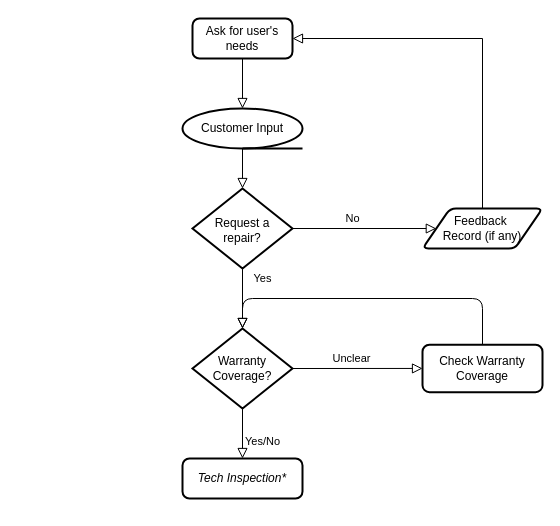
Earlier version of the draw.io diagram page "priori_info" (1 of 3) of doc/XoT_Tutorial_Diagrams.drawio (Dingdong-LIU/XoT_Tutorial). Source tidied: cells renumbered, new cells numbered last; positions are measured from the earlier drawing's top-left corner, leaving out a move shared by most shapes. Both pictures are drawn from the tidied source at 100%, with x=0, y=0 at pixel (182, 18).
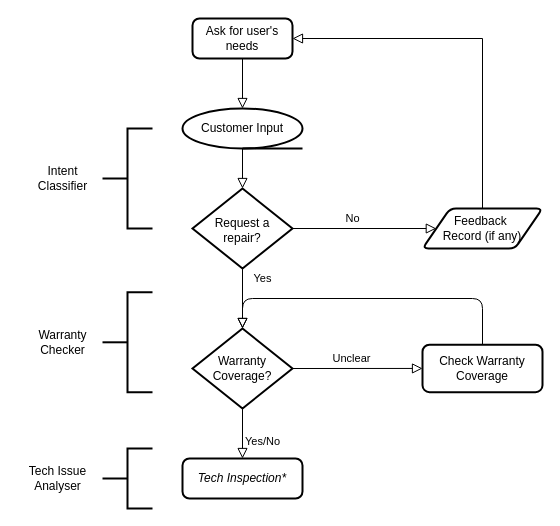
After the change.

The edit, as a diff of the source:
```diff
@@
+    <mxCell id="18" style="strokeWidth=2;html=1;shape=mxgraph.flowchart.annotation_2;align=left;labelPosition=right;" parent="1" vertex="1">
+      <mxGeometry x="-80" y="110" width="50" height="100" as="geometry" />
+    </mxCell>
+    <mxCell id="19" value="Intent&lt;div&gt;Classifier&lt;/div&gt;" style="text;html=1;align=center;verticalAlign=middle;strokeColor=none;fillColor=none;" parent="1" vertex="1">
+      <mxGeometry x="-155" y="140" width="70" height="40" as="geometry" />
+    </mxCell>
+    <mxCell id="20" style="strokeWidth=2;html=1;shape=mxgraph.flowchart.annotation_2;align=left;labelPosition=right;" parent="1" vertex="1">
+      <mxGeometry x="-80" y="273.8" width="50" height="100" as="geometry" />
+    </mxCell>
+    <mxCell id="21" value="Warranty&lt;div&gt;&lt;span style=&quot;background-color: initial;&quot;&gt;Checker&lt;/span&gt;&lt;/div&gt;" style="text;html=1;align=center;verticalAlign=middle;strokeColor=none;fillColor=none;" parent="1" vertex="1">
+      <mxGeometry x="-155" y="303.8" width="70" height="40" as="geometry" />
+    </mxCell>
+    <mxCell id="22" style="strokeWidth=2;html=1;shape=mxgraph.flowchart.annotation_2;align=left;labelPosition=right;" parent="1" vertex="1">
+      <mxGeometry x="-80" y="430" width="50" height="60" as="geometry" />
+    </mxCell>
+    <mxCell id="23" value="Tech Issue&lt;div&gt;Analyser&lt;/div&gt;" style="text;html=1;align=center;verticalAlign=middle;strokeColor=none;fillColor=none;" parent="1" vertex="1">
+      <mxGeometry x="-165" y="440" width="80" height="40" as="geometry" />
+    </mxCell>
```
